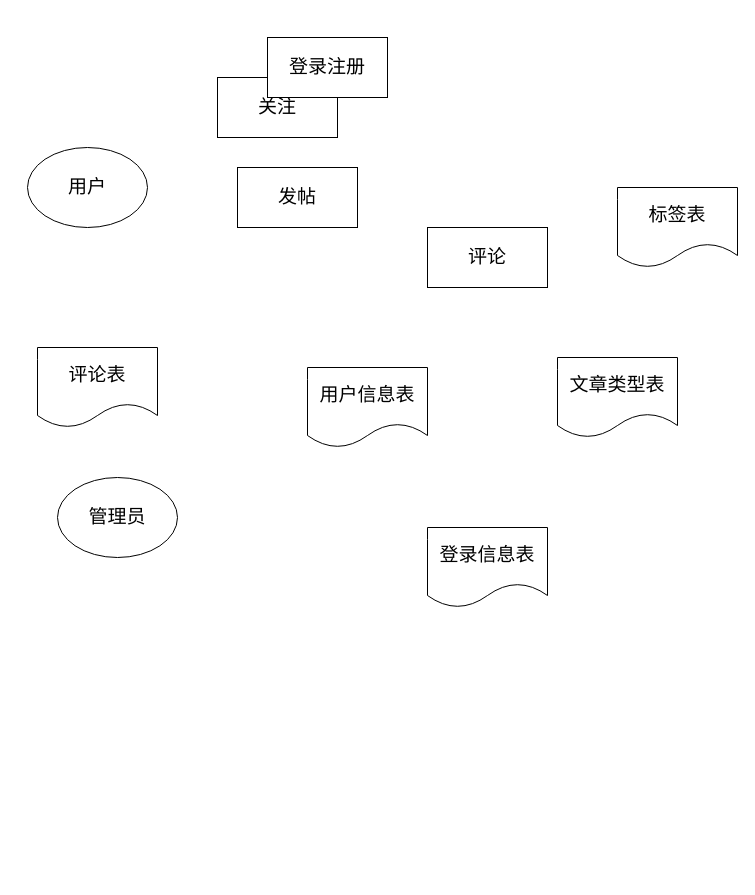
Earlier version of the draw.io diagram 未命名绘图.drawio (Hambugers/Hambugers.github.io). Source tidied: cells renumbered, new cells numbered last; positions are measured from the earlier drawing's top-left corner, leaving out a move shared by most shapes. Both pictures are drawn from the tidied source at 100%, with x=0, y=0 at pixel (27, 37).
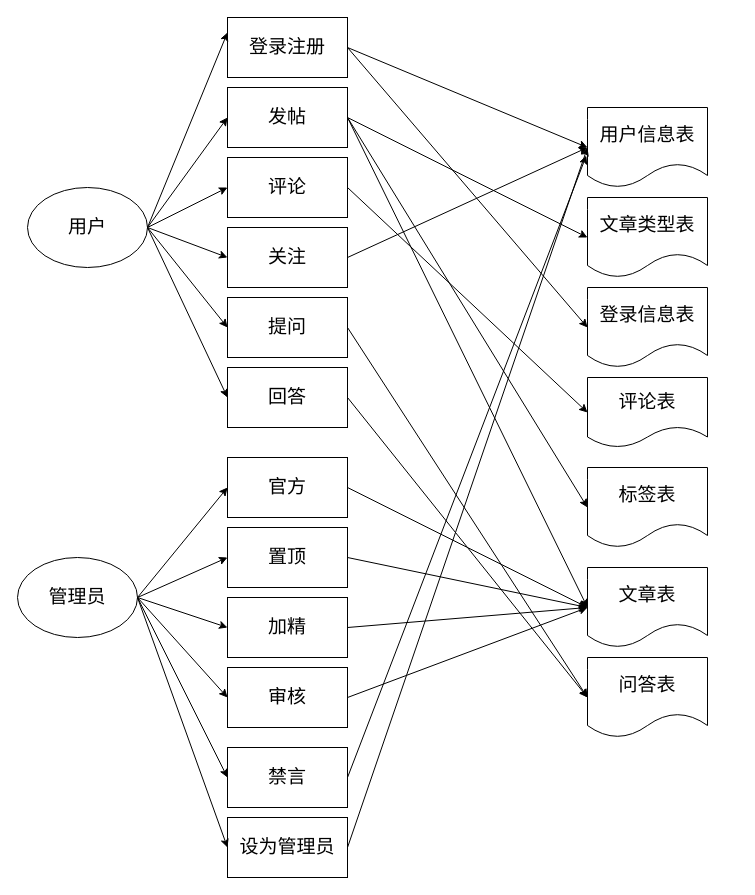
The same page after the edit.

Commit message:
业务流程图.drawio

Diff of the diagram source:
```diff
@@
     <mxCell id="2" value="标签表" style="shape=document;whiteSpace=wrap;html=1;boundedLbl=1;fontSize=19;" parent="1" vertex="1">
-      <mxGeometry x="590" y="150" width="120" height="80" as="geometry" />
+      <mxGeometry x="560" y="430" width="120" height="80" as="geometry" />
     </mxCell>
     <mxCell id="3" value="用户信息表" style="shape=document;whiteSpace=wrap;html=1;boundedLbl=1;fontSize=19;" parent="1" vertex="1">
-      <mxGeometry x="280" y="330" width="120" height="80" as="geometry" />
+      <mxGeometry x="560" y="70" width="120" height="80" as="geometry" />
     </mxCell>
     <mxCell id="4" value="文章类型表" style="shape=document;whiteSpace=wrap;html=1;boundedLbl=1;strokeWidth=1;fontSize=19;" parent="1" vertex="1">
-      <mxGeometry x="530" y="320" width="120" height="80" as="geometry" />
+      <mxGeometry x="560" y="160" width="120" height="80" as="geometry" />
     </mxCell>
     <mxCell id="5" value="评论表" style="shape=document;whiteSpace=wrap;html=1;boundedLbl=1;fontSize=19;" parent="1" vertex="1">
-      <mxGeometry x="10" y="310" width="120" height="80" as="geometry" />
+      <mxGeometry x="560" y="340" width="120" height="70" as="geometry" />
     </mxCell>
     <mxCell id="6" value="登录信息表" style="shape=document;whiteSpace=wrap;html=1;boundedLbl=1;fontSize=19;" parent="1" vertex="1">
-      <mxGeometry x="400" y="490" width="120" height="80" as="geometry" />
+      <mxGeometry x="560" y="250" width="120" height="80" as="geometry" />
     </mxCell>
     <mxCell id="7" value="用户" style="ellipse;whiteSpace=wrap;html=1;fontSize=19;strokeWidth=1;" parent="1" vertex="1">
-      <mxGeometry y="110" width="120" height="80" as="geometry" />
+      <mxGeometry y="150" width="120" height="80" as="geometry" />
     </mxCell>
     <mxCell id="8" value="管理员" style="ellipse;whiteSpace=wrap;html=1;fontSize=19;strokeWidth=1;" parent="1" vertex="1">
-      <mxGeometry x="30" y="440" width="120" height="80" as="geometry" />
+      <mxGeometry x="-10" y="520" width="120" height="80" as="geometry" />
     </mxCell>
     <mxCell id="9" value="关注" style="rounded=0;whiteSpace=wrap;html=1;fontSize=19;strokeWidth=1;" parent="1" vertex="1">
-      <mxGeometry x="190" y="40" width="120" height="60" as="geometry" />
+      <mxGeometry x="200" y="190" width="120" height="60" as="geometry" />
     </mxCell>
     <mxCell id="10" value="评论" style="rounded=0;whiteSpace=wrap;html=1;fontSize=19;strokeWidth=1;" parent="1" vertex="1">
-      <mxGeometry x="400" y="190" width="120" height="60" as="geometry" />
+      <mxGeometry x="200" y="120" width="120" height="60" as="geometry" />
     </mxCell>
     <mxCell id="11" value="发帖" style="rounded=0;whiteSpace=wrap;html=1;fontSize=19;strokeWidth=1;" parent="1" vertex="1">
-      <mxGeometry x="210" y="130" width="120" height="60" as="geometry" />
+      <mxGeometry x="200" y="50" width="120" height="60" as="geometry" />
     </mxCell>
     <mxCell id="12" value="登录注册" style="rounded=0;whiteSpace=wrap;html=1;fontSize=19;strokeWidth=1;" parent="1" vertex="1">
-      <mxGeometry x="240" width="120" height="60" as="geometry" />
+      <mxGeometry x="200" y="-20" width="120" height="60" as="geometry" />
     </mxCell>
+    <mxCell id="13" value="文章表" style="shape=document;whiteSpace=wrap;html=1;boundedLbl=1;fontSize=19;" parent="1" vertex="1">
+      <mxGeometry x="560" y="530" width="120" height="80" as="geometry" />
+    </mxCell>
+    <mxCell id="14" value="审核" style="rounded=0;whiteSpace=wrap;html=1;fontSize=19;strokeWidth=1;" parent="1" vertex="1">
+      <mxGeometry x="200" y="630" width="120" height="60" as="geometry" />
+    </mxCell>
+    <mxCell id="15" value="加精" style="rounded=0;whiteSpace=wrap;html=1;fontSize=19;strokeWidth=1;" parent="1" vertex="1">
+      <mxGeometry x="200" y="560" width="120" height="60" as="geometry" />
+    </mxCell>
+    <mxCell id="16" value="置顶" style="rounded=0;whiteSpace=wrap;html=1;fontSize=19;strokeWidth=1;" parent="1" vertex="1">
+      <mxGeometry x="200" y="490" width="120" height="60" as="geometry" />
+    </mxCell>
+    <mxCell id="17" value="官方" style="rounded=0;whiteSpace=wrap;html=1;fontSize=19;strokeWidth=1;" parent="1" vertex="1">
+      <mxGeometry x="200" y="420" width="120" height="60" as="geometry" />
+    </mxCell>
+    <mxCell id="18" value="禁言" style="rounded=0;whiteSpace=wrap;html=1;fontSize=19;strokeWidth=1;" parent="1" vertex="1">
+      <mxGeometry x="200" y="710" width="120" height="60" as="geometry" />
+    </mxCell>
+    <mxCell id="19" value="设为管理员" style="rounded=0;whiteSpace=wrap;html=1;fontSize=19;strokeWidth=1;" parent="1" vertex="1">
+      <mxGeometry x="200" y="780" width="120" height="60" as="geometry" />
+    </mxCell>
+    <mxCell id="20" value="问答表" style="shape=document;whiteSpace=wrap;html=1;boundedLbl=1;fontSize=19;" parent="1" vertex="1">
+      <mxGeometry x="560" y="620" width="120" height="80" as="geometry" />
+    </mxCell>
+    <mxCell id="21" value="提问" style="rounded=0;whiteSpace=wrap;html=1;fontSize=19;strokeWidth=1;" parent="1" vertex="1">
+      <mxGeometry x="200" y="260" width="120" height="60" as="geometry" />
+    </mxCell>
+    <mxCell id="22" value="回答" style="rounded=0;whiteSpace=wrap;html=1;fontSize=19;strokeWidth=1;" parent="1" vertex="1">
+      <mxGeometry x="200" y="330" width="120" height="60" as="geometry" />
+    </mxCell>
+    <mxCell id="23" style="endArrow=classic;html=1;rounded=0;fontSize=19;exitX=1;exitY=0.5;exitDx=0;exitDy=0;entryX=0;entryY=0.25;entryDx=0;entryDy=0;" parent="1" edge="1" source="7" target="12">
+      <mxGeometry relative="1" as="geometry" />
+    </mxCell>
+    <mxCell id="24" style="endArrow=classic;html=1;rounded=0;fontSize=19;entryX=0;entryY=0.5;entryDx=0;entryDy=0;" parent="1" edge="1" target="11">
+      <mxGeometry relative="1" as="geometry">
+        <mxPoint x="120" y="190" as="sourcePoint" />
+      </mxGeometry>
+    </mxCell>
+    <mxCell id="25" style="endArrow=classic;html=1;rounded=0;fontSize=19;entryX=0;entryY=0.5;entryDx=0;entryDy=0;" parent="1" edge="1" target="10">
+      <mxGeometry relative="1" as="geometry">
+        <mxPoint x="120" y="190" as="sourcePoint" />
+      </mxGeometry>
+    </mxCell>
+    <mxCell id="26" style="endArrow=classic;html=1;rounded=0;fontSize=19;entryX=0;entryY=0.5;entryDx=0;entryDy=0;" parent="1" edge="1" target="9">
+      <mxGeometry relative="1" as="geometry">
+        <mxPoint x="120" y="190" as="sourcePoint" />
+      </mxGeometry>
+    </mxCell>
+    <mxCell id="27" style="endArrow=classic;html=1;rounded=0;fontSize=19;entryX=0;entryY=0.5;entryDx=0;entryDy=0;exitX=1;exitY=0.5;exitDx=0;exitDy=0;" parent="1" edge="1" source="7" target="21">
+      <mxGeometry relative="1" as="geometry" />
+    </mxCell>
+    <mxCell id="28" style="endArrow=classic;html=1;rounded=0;fontSize=19;entryX=0;entryY=0.5;entryDx=0;entryDy=0;exitX=1;exitY=0.5;exitDx=0;exitDy=0;" parent="1" edge="1" source="7" target="22">
+      <mxGeometry relative="1" as="geometry" />
+    </mxCell>
+    <mxCell id="29" style="endArrow=classic;html=1;rounded=0;fontSize=19;entryX=0;entryY=0.5;entryDx=0;entryDy=0;exitX=1;exitY=0.5;exitDx=0;exitDy=0;" parent="1" edge="1" source="8" target="17">
+      <mxGeometry relative="1" as="geometry" />
+    </mxCell>
+    <mxCell id="30" style="endArrow=classic;html=1;rounded=0;fontSize=19;entryX=0;entryY=0.5;entryDx=0;entryDy=0;exitX=1;exitY=0.5;exitDx=0;exitDy=0;" parent="1" edge="1" source="8" target="16">
+      <mxGeometry relative="1" as="geometry" />
+    </mxCell>
+    <mxCell id="31" style="endArrow=classic;html=1;rounded=0;fontSize=19;entryX=0;entryY=0.5;entryDx=0;entryDy=0;" parent="1" edge="1" target="15">
+      <mxGeometry relative="1" as="geometry">
+        <mxPoint x="110" y="560" as="sourcePoint" />
+      </mxGeometry>
+    </mxCell>
+    <mxCell id="32" style="endArrow=classic;html=1;rounded=0;fontSize=19;entryX=0;entryY=0.5;entryDx=0;entryDy=0;exitX=1;exitY=0.5;exitDx=0;exitDy=0;" parent="1" edge="1" source="8" target="14">
+      <mxGeometry relative="1" as="geometry" />
+    </mxCell>
+    <mxCell id="33" style="endArrow=classic;html=1;rounded=0;fontSize=19;entryX=0;entryY=0.5;entryDx=0;entryDy=0;exitX=1;exitY=0.5;exitDx=0;exitDy=0;" parent="1" edge="1" source="8" target="18">
+      <mxGeometry relative="1" as="geometry" />
+    </mxCell>
+    <mxCell id="34" style="endArrow=classic;html=1;rounded=0;fontSize=19;entryX=0;entryY=0.5;entryDx=0;entryDy=0;exitX=1;exitY=0.5;exitDx=0;exitDy=0;" parent="1" edge="1" source="8" target="19">
+      <mxGeometry relative="1" as="geometry" />
+    </mxCell>
+    <mxCell id="35" style="endArrow=classic;html=1;rounded=0;fontSize=19;entryX=0;entryY=0.5;entryDx=0;entryDy=0;exitX=1;exitY=0.5;exitDx=0;exitDy=0;" parent="1" edge="1" source="12" target="3">
+      <mxGeometry relative="1" as="geometry" />
+    </mxCell>
+    <mxCell id="36" style="endArrow=classic;html=1;rounded=0;fontSize=19;entryX=0;entryY=0.5;entryDx=0;entryDy=0;exitX=1;exitY=0.5;exitDx=0;exitDy=0;" parent="1" edge="1" source="11" target="4">
+      <mxGeometry relative="1" as="geometry" />
+    </mxCell>
+    <mxCell id="37" style="endArrow=classic;html=1;rounded=0;fontSize=19;entryX=0;entryY=0.5;entryDx=0;entryDy=0;exitX=1;exitY=0.5;exitDx=0;exitDy=0;" parent="1" edge="1" source="11" target="2">
+      <mxGeometry relative="1" as="geometry" />
+    </mxCell>
+    <mxCell id="38" style="endArrow=classic;html=1;rounded=0;fontSize=19;entryX=0;entryY=0.5;entryDx=0;entryDy=0;exitX=1;exitY=0.5;exitDx=0;exitDy=0;" parent="1" edge="1" source="11" target="13">
+      <mxGeometry relative="1" as="geometry" />
+    </mxCell>
+    <mxCell id="39" style="endArrow=classic;html=1;rounded=0;fontSize=19;entryX=0;entryY=0.5;entryDx=0;entryDy=0;exitX=1;exitY=0.5;exitDx=0;exitDy=0;" parent="1" edge="1" source="12" target="6">
+      <mxGeometry relative="1" as="geometry" />
+    </mxCell>
+    <mxCell id="40" style="endArrow=classic;html=1;rounded=0;fontSize=19;entryX=0;entryY=0.5;entryDx=0;entryDy=0;exitX=1;exitY=0.5;exitDx=0;exitDy=0;" parent="1" edge="1" source="10" target="5">
+      <mxGeometry relative="1" as="geometry" />
+    </mxCell>
+    <mxCell id="41" style="endArrow=classic;html=1;rounded=0;fontSize=19;entryX=0;entryY=0.5;entryDx=0;entryDy=0;exitX=1;exitY=0.5;exitDx=0;exitDy=0;" parent="1" edge="1" source="9" target="3">
+      <mxGeometry relative="1" as="geometry" />
+    </mxCell>
+    <mxCell id="42" style="endArrow=classic;html=1;rounded=0;fontSize=19;entryX=0;entryY=0.5;entryDx=0;entryDy=0;exitX=1;exitY=0.5;exitDx=0;exitDy=0;" parent="1" edge="1" source="21" target="20">
+      <mxGeometry relative="1" as="geometry" />
+    </mxCell>
+    <mxCell id="43" style="endArrow=classic;html=1;rounded=0;fontSize=19;exitX=1;exitY=0.5;exitDx=0;exitDy=0;entryX=0;entryY=0.5;entryDx=0;entryDy=0;" parent="1" edge="1" source="22" target="20">
+      <mxGeometry relative="1" as="geometry" />
+    </mxCell>
+    <mxCell id="44" style="endArrow=classic;html=1;rounded=0;fontSize=19;exitX=1;exitY=0.5;exitDx=0;exitDy=0;entryX=0;entryY=0.5;entryDx=0;entryDy=0;" parent="1" edge="1" source="17" target="13">
+      <mxGeometry relative="1" as="geometry" />
+    </mxCell>
+    <mxCell id="45" style="endArrow=classic;html=1;rounded=0;fontSize=19;exitX=1;exitY=0.5;exitDx=0;exitDy=0;entryX=0;entryY=0.5;entryDx=0;entryDy=0;" parent="1" edge="1" source="16" target="13">
+      <mxGeometry relative="1" as="geometry" />
+    </mxCell>
+    <mxCell id="46" style="endArrow=classic;html=1;rounded=0;fontSize=19;exitX=1;exitY=0.5;exitDx=0;exitDy=0;entryX=0;entryY=0.5;entryDx=0;entryDy=0;" parent="1" edge="1" source="15" target="13">
+      <mxGeometry relative="1" as="geometry" />
+    </mxCell>
+    <mxCell id="47" style="endArrow=classic;html=1;rounded=0;fontSize=19;exitX=1;exitY=0.5;exitDx=0;exitDy=0;entryX=0;entryY=0.5;entryDx=0;entryDy=0;" parent="1" edge="1" source="14" target="13">
+      <mxGeometry relative="1" as="geometry" />
+    </mxCell>
+    <mxCell id="48" style="endArrow=classic;html=1;rounded=0;fontSize=19;exitX=1;exitY=0.5;exitDx=0;exitDy=0;entryX=-0.01;entryY=0.601;entryDx=0;entryDy=0;entryPerimeter=0;" parent="1" edge="1" source="18" target="3">
+      <mxGeometry relative="1" as="geometry" />
+    </mxCell>
+    <mxCell id="49" style="endArrow=classic;html=1;rounded=0;fontSize=19;exitX=1;exitY=0.5;exitDx=0;exitDy=0;entryX=0;entryY=0.5;entryDx=0;entryDy=0;" parent="1" edge="1" source="19" target="3">
+      <mxGeometry relative="1" as="geometry" />
+    </mxCell>
```
